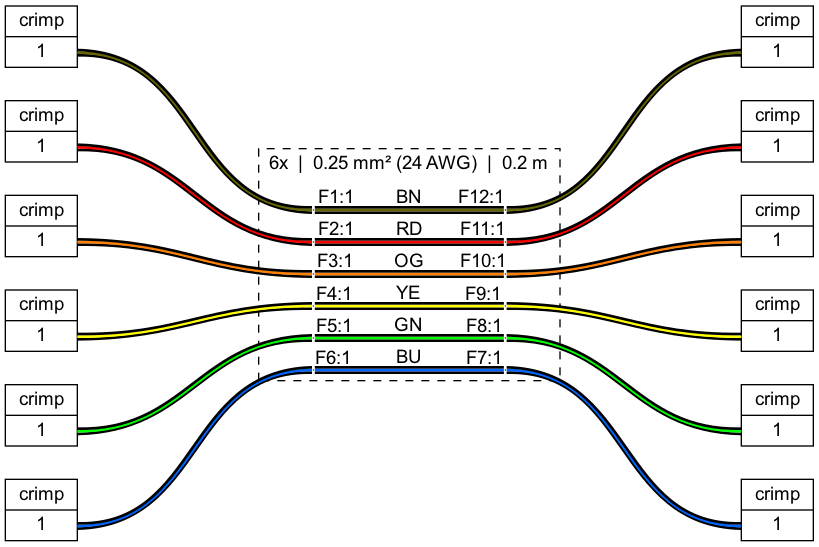
Before: examples/ex04.png, a diagram exported from Graphviz (wireviz/WireViz). Its source is kept beside it as examples/ex04.gv.
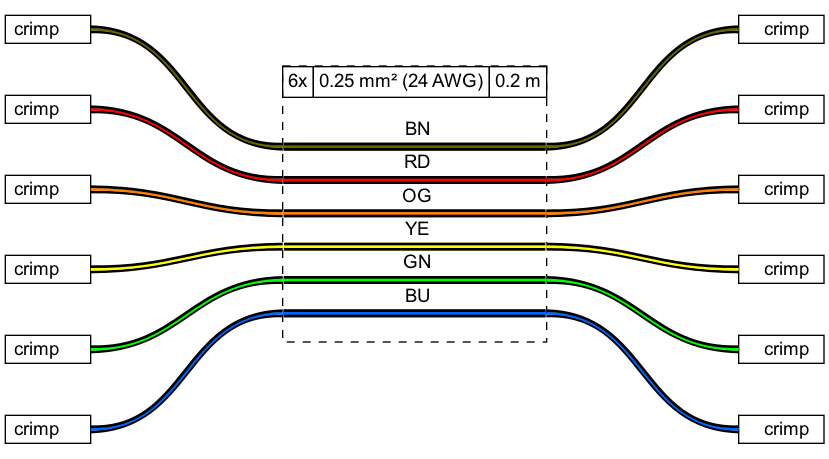
Above is the later version.

The edit, as a diff of the source:
```diff
@@ -1,64 +1,150 @@
 graph {
-	graph [bgcolor=transparent fontname=arial nodesep=0.33 rankdir=LR ranksep=2]
+	graph [bgcolor=white fontname=arial nodesep=0.33 rankdir=LR ranksep=2]
 	node [fillcolor=white fontname=arial shape=record style=filled]
 	edge [fontname=arial style=bold]
-	F1 [label="{crimp}|{{<p1r>1}}"]
-	F2 [label="{crimp}|{{<p1r>1}}"]
-	F3 [label="{crimp}|{{<p1r>1}}"]
-	F4 [label="{crimp}|{{<p1r>1}}"]
-	F5 [label="{crimp}|{{<p1r>1}}"]
-	F6 [label="{crimp}|{{<p1r>1}}"]
-	F7 [label="{crimp}|{{<p1l>1}}"]
-	F8 [label="{crimp}|{{<p1l>1}}"]
-	F9 [label="{crimp}|{{<p1l>1}}"]
-	F10 [label="{crimp}|{{<p1l>1}}"]
-	F11 [label="{crimp}|{{<p1l>1}}"]
-	F12 [label="{crimp}|{{<p1l>1}}"]
-	subgraph cluster_W1 {
-		graph [fillcolor=white label="6x  |  0.25 mm² (24 AWG)  |  0.2 m
- " style="filled, dashed"]
-		node [fixedsize=true height=0 label="" shape=point width=0]
-		W1_w1l
-		W1_w1r
-		W1_w2l
-		W1_w2r
-		W1_w3l
-		W1_w3r
-		W1_w4l
-		W1_w4r
-		W1_w5l
-		W1_w5r
-		W1_w6l
-		W1_w6r
-	}
+	F1 [label=<
+
+                <TABLE BORDER="1" CELLBORDER="0" CELLSPACING="0" CELLPADDING="2"><TR>
+                <TD PORT="p1l"> crimp  </TD>
+
+                <TD PORT="p1r">  </TD>
+                </TR></TABLE>
+
+
+                > margin=0 orientation=180 shape=none style=filled]
+	F2 [label=<
+
+                <TABLE BORDER="1" CELLBORDER="0" CELLSPACING="0" CELLPADDING="2"><TR>
+                <TD PORT="p1l"> crimp  </TD>
+
+                <TD PORT="p1r">  </TD>
+                </TR></TABLE>
+
+
+                > margin=0 orientation=180 shape=none style=filled]
+	F3 [label=<
+
+                <TABLE BORDER="1" CELLBORDER="0" CELLSPACING="0" CELLPADDING="2"><TR>
+                <TD PORT="p1l"> crimp  </TD>
+
+                <TD PORT="p1r">  </TD>
+                </TR></TABLE>
+
+
+                > margin=0 orientation=180 shape=none style=filled]
+	F4 [label=<
+
+                <TABLE BORDER="1" CELLBORDER="0" CELLSPACING="0" CELLPADDING="2"><TR>
+                <TD PORT="p1l"> crimp  </TD>
+
+                <TD PORT="p1r">  </TD>
+                </TR></TABLE>
+
+
+                > margin=0 orientation=180 shape=none style=filled]
+	F5 [label=<
+
+                <TABLE BORDER="1" CELLBORDER="0" CELLSPACING="0" CELLPADDING="2"><TR>
+                <TD PORT="p1l"> crimp  </TD>
+
+                <TD PORT="p1r">  </TD>
+                </TR></TABLE>
+
+
+                > margin=0 orientation=180 shape=none style=filled]
+	F6 [label=<
+
+                <TABLE BORDER="1" CELLBORDER="0" CELLSPACING="0" CELLPADDING="2"><TR>
+                <TD PORT="p1l"> crimp  </TD>
+
+                <TD PORT="p1r">  </TD>
+                </TR></TABLE>
+
+
+                > margin=0 orientation=180 shape=none style=filled]
+	F7 [label=<
+
+                <TABLE BORDER="1" CELLBORDER="0" CELLSPACING="0" CELLPADDING="2"><TR>
+                <TD PORT="p1l">  </TD>
+
+                <TD PORT="p1r"> crimp  </TD>
+                </TR></TABLE>
+
+
+                > margin=0 orientation=0 shape=none style=filled]
+	F8 [label=<
+
+                <TABLE BORDER="1" CELLBORDER="0" CELLSPACING="0" CELLPADDING="2"><TR>
+                <TD PORT="p1l">  </TD>
+
+                <TD PORT="p1r"> crimp  </TD>
+                </TR></TABLE>
+
+
+                > margin=0 orientation=0 shape=none style=filled]
+	F9 [label=<
+
+                <TABLE BORDER="1" CELLBORDER="0" CELLSPACING="0" CELLPADDING="2"><TR>
+                <TD PORT="p1l">  </TD>
+
+                <TD PORT="p1r"> crimp  </TD>
+                </TR></TABLE>
+
+
+                > margin=0 orientation=0 shape=none style=filled]
+	F10 [label=<
+
+                <TABLE BORDER="1" CELLBORDER="0" CELLSPACING="0" CELLPADDING="2"><TR>
+                <TD PORT="p1l">  </TD>
+
+                <TD PORT="p1r"> crimp  </TD>
+                </TR></TABLE>
+
+
+                > margin=0 orientation=0 shape=none style=filled]
+	F11 [label=<
+
+                <TABLE BORDER="1" CELLBORDER="0" CELLSPACING="0" CELLPADDING="2"><TR>
+                <TD PORT="p1l">  </TD>
+
+                <TD PORT="p1r"> crimp  </TD>
+                </TR></TABLE>
+
+
+                > margin=0 orientation=0 shape=none style=filled]
+	F12 [label=<
+
+                <TABLE BORDER="1" CELLBORDER="0" CELLSPACING="0" CELLPADDING="2"><TR>
+                <TD PORT="p1l">  </TD>
+
+                <TD PORT="p1r"> crimp  </TD>
+                </TR></TABLE>
+
+
+                > margin=0 orientation=0 shape=none style=filled]
 	edge [color="#000000:#666600:#000000"]
-	W1_w1l -- W1_w1r [labelangle=60 labeldist=0 taillabel="                                   BN"]
-	F1:p1r -- W1_w1l:w [headlabel="            F1:1" labelangle=-60 labeldist=0]
+	F1:e -- W1:w1:w
 	edge [color="#000000:#ff0000:#000000"]
-	W1_w2l -- W1_w2r [labelangle=60 labeldist=0 taillabel="                                   RD"]
-	F2:p1r -- W1_w2l:w [headlabel="            F2:1" labelangle=-60 labeldist=0]
+	F2:e -- W1:w2:w
 	edge [color="#000000:#ff8000:#000000"]
-	W1_w3l -- W1_w3r [labelangle=60 labeldist=0 taillabel="                                   OG"]
-	F3:p1r -- W1_w3l:w [headlabel="            F3:1" labelangle=-60 labeldist=0]
+	F3:e -- W1:w3:w
 	edge [color="#000000:#ffff00:#000000"]
-	W1_w4l -- W1_w4r [labelangle=60 labeldist=0 taillabel="                                   YE"]
-	F4:p1r -- W1_w4l:w [headlabel="            F4:1" labelangle=-60 labeldist=0]
+	F4:e -- W1:w4:w
 	edge [color="#000000:#00ff00:#000000"]
-	W1_w5l -- W1_w5r [labelangle=60 labeldist=0 taillabel="                                   GN"]
-	F5:p1r -- W1_w5l:w [headlabel="            F5:1" labelangle=-60 labeldist=0]
+	F5:e -- W1:w5:w
 	edge [color="#000000:#0066ff:#000000"]
-	W1_w6l -- W1_w6r [labelangle=60 labeldist=0 taillabel="                                   BU"]
-	F6:p1r -- W1_w6l:w [headlabel="            F6:1" labelangle=-60 labeldist=0]
+	F6:e -- W1:w6:w
 	edge [color="#000000:#0066ff:#000000"]
-	W1_w6r:e -- F7:p1l [labelangle=60 labeldist=0 taillabel="F7:1            "]
+	W1:w6:e -- F7:w
 	edge [color="#000000:#00ff00:#000000"]
-	W1_w5r:e -- F8:p1l [labelangle=60 labeldist=0 taillabel="F8:1            "]
+	W1:w5:e -- F8:w
 	edge [color="#000000:#ffff00:#000000"]
-	W1_w4r:e -- F9:p1l [labelangle=60 labeldist=0 taillabel="F9:1            "]
+	W1:w4:e -- F9:w
 	edge [color="#000000:#ff8000:#000000"]
-	W1_w3r:e -- F10:p1l [labelangle=60 labeldist=0 taillabel="F10:1            "]
+	W1:w3:e -- F10:w
 	edge [color="#000000:#ff0000:#000000"]
-	W1_w2r:e -- F11:p1l [labelangle=60 labeldist=0 taillabel="F11:1            "]
+	W1:w2:e -- F11:w
 	edge [color="#000000:#666600:#000000"]
-	W1_w1r:e -- F12:p1l [labelangle=60 labeldist=0 taillabel="F12:1            "]
+	W1:w1:e -- F12:w
+	W1 [label=<<table border="0" cellspacing="0" cellpadding="0"><tr><td><table border="0" cellspacing="0" cellpadding="3" cellborder="1"><tr><td>6x</td><td>0.25 mm² (24 AWG)</td><td>0.2 m</td></tr></table></td></tr><tr><td>&nbsp;</td></tr><tr><td><table border="0" cellspacing="0" cellborder="0"><tr><td></td><td>BN</td><td></td></tr><tr><td colspan="3" cellpadding="0" height="6" bgcolor="#666600" border="2" sides="tb" port="w1"></td></tr><tr><td></td><td>RD</td><td></td></tr><tr><td colspan="3" cellpadding="0" height="6" bgcolor="#ff0000" border="2" sides="tb" port="w2"></td></tr><tr><td></td><td>OG</td><td></td></tr><tr><td colspan="3" cellpadding="0" height="6" bgcolor="#ff8000" border="2" sides="tb" port="w3"></td></tr><tr><td></td><td>YE</td><td></td></tr><tr><td colspan="3" cellpadding="0" height="6" bgcolor="#ffff00" border="2" sides="tb" port="w4"></td></tr><tr><td></td><td>GN</td><td></td></tr><tr><td colspan="3" cellpadding="0" height="6" bgcolor="#00ff00" border="2" sides="tb" port="w5"></td></tr><tr><td></td><td>BU</td><td></td></tr><tr><td colspan="3" cellpadding="0" height="6" bgcolor="#0066ff" border="2" sides="tb" port="w6"></td></tr><tr><td>&nbsp;</td></tr></table></td></tr></table>> fillcolor=white margin=0 shape=box style="filled,dashed"]
 }
```
